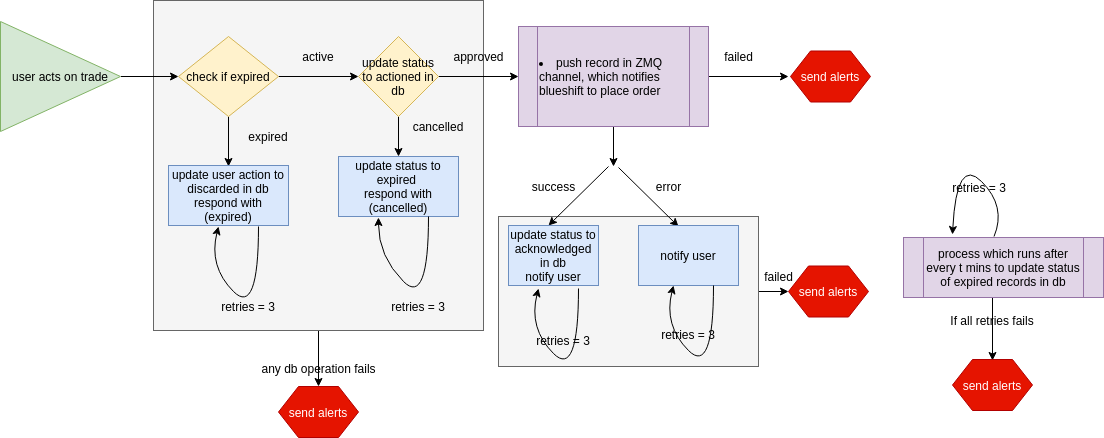
Above: notification service flow chart 6.png in madhusai3113/bootcards (draw.io), before the change. Source tidied: cells renumbered, new cells last; positions are measured from the earlier drawing's top-left corner, leaving out a move shared by most shapes. The source it was exported from:
```xml
<mxGraphModel>
  <root>
    <mxCell id="0" />
    <mxCell id="1" parent="0" />
    <mxCell id="2" style="edgeStyle=orthogonalEdgeStyle;rounded=0;jettySize=auto;html=1;" parent="1" edge="1" source="3">
      <mxGeometry relative="1" as="geometry">
        <mxPoint x="788" y="291" as="targetPoint" />
      </mxGeometry>
    </mxCell>
    <mxCell id="3" style="rounded=0;whiteSpace=wrap;html=1;fillColor=#f5f5f5;strokeColor=#666666;fontColor=#333333;" parent="1" vertex="1">
      <mxGeometry x="498" y="216" width="260" height="150" as="geometry" />
    </mxCell>
    <mxCell id="4" style="edgeStyle=orthogonalEdgeStyle;rounded=0;jettySize=auto;html=1;" parent="1" edge="1" source="5">
      <mxGeometry relative="1" as="geometry">
        <mxPoint x="318" y="386" as="targetPoint" />
      </mxGeometry>
    </mxCell>
    <mxCell id="5" style="whiteSpace=wrap;html=1;fillColor=#f5f5f5;strokeColor=#666666;fontColor=#333333;" parent="1" vertex="1">
      <mxGeometry x="153" width="330" height="330" as="geometry" />
    </mxCell>
    <mxCell id="6" style="edgeStyle=orthogonalEdgeStyle;rounded=0;jettySize=auto;html=1;" parent="1" edge="1" source="8">
      <mxGeometry relative="1" as="geometry">
        <mxPoint x="228" y="166" as="targetPoint" />
      </mxGeometry>
    </mxCell>
    <mxCell id="7" style="edgeStyle=orthogonalEdgeStyle;rounded=0;jettySize=auto;html=1;" parent="1" edge="1" source="8">
      <mxGeometry relative="1" as="geometry">
        <mxPoint x="358" y="76" as="targetPoint" />
      </mxGeometry>
    </mxCell>
    <mxCell id="8" value="check if expired" style="rhombus;whiteSpace=wrap;html=1;fillColor=#fff2cc;strokeColor=#d6b656;" parent="1" vertex="1">
      <mxGeometry x="178" y="36" width="100" height="80" as="geometry" />
    </mxCell>
    <mxCell id="9" style="edgeStyle=orthogonalEdgeStyle;rounded=0;jettySize=auto;html=1;" parent="1" edge="1" target="8">
      <mxGeometry relative="1" as="geometry">
        <mxPoint x="120.5" y="76" as="sourcePoint" />
      </mxGeometry>
    </mxCell>
    <mxCell id="10" value="update user action to discarded in db&lt;br&gt;respond with (expired)" style="rounded=0;whiteSpace=wrap;html=1;fillColor=#dae8fc;strokeColor=#6c8ebf;" parent="1" vertex="1">
      <mxGeometry x="168" y="165" width="120" height="60" as="geometry" />
    </mxCell>
    <mxCell id="11" value="expired" style="text;html=1;strokeColor=none;fillColor=none;align=center;verticalAlign=middle;whiteSpace=wrap;rounded=0;" parent="1" vertex="1">
      <mxGeometry x="248" y="126" width="40" height="20" as="geometry" />
    </mxCell>
    <mxCell id="12" style="edgeStyle=orthogonalEdgeStyle;rounded=0;jettySize=auto;html=1;" parent="1" edge="1" source="14">
      <mxGeometry relative="1" as="geometry">
        <mxPoint x="398" y="156" as="targetPoint" />
        <Array as="points">
          <mxPoint x="398" y="156" />
          <mxPoint x="398" y="156" />
        </Array>
      </mxGeometry>
    </mxCell>
    <mxCell id="13" style="edgeStyle=orthogonalEdgeStyle;rounded=0;jettySize=auto;html=1;" parent="1" edge="1" source="14">
      <mxGeometry relative="1" as="geometry">
        <mxPoint x="518" y="76" as="targetPoint" />
      </mxGeometry>
    </mxCell>
    <mxCell id="14" value="&lt;span style=&quot;white-space: normal&quot;&gt;update status to actioned in db&lt;/span&gt;" style="rhombus;whiteSpace=wrap;html=1;fillColor=#fff2cc;strokeColor=#d6b656;" parent="1" vertex="1">
      <mxGeometry x="358" y="36" width="80" height="80" as="geometry" />
    </mxCell>
    <mxCell id="15" value="active" style="text;html=1;strokeColor=none;fillColor=none;align=center;verticalAlign=middle;whiteSpace=wrap;rounded=0;" parent="1" vertex="1">
      <mxGeometry x="298" y="46" width="40" height="20" as="geometry" />
    </mxCell>
    <mxCell id="16" value="cancelled" style="text;html=1;strokeColor=none;fillColor=none;align=center;verticalAlign=middle;whiteSpace=wrap;rounded=0;" parent="1" vertex="1">
      <mxGeometry x="418" y="116" width="40" height="20" as="geometry" />
    </mxCell>
    <mxCell id="17" value="update status to expired&amp;nbsp;&lt;br&gt;respond with&lt;br&gt;(cancelled)" style="rounded=0;whiteSpace=wrap;html=1;fillColor=#dae8fc;strokeColor=#6c8ebf;" parent="1" vertex="1">
      <mxGeometry x="338" y="156" width="120" height="60" as="geometry" />
    </mxCell>
    <mxCell id="18" value="approved" style="text;html=1;align=center;verticalAlign=middle;" parent="1" vertex="1">
      <mxGeometry x="443" y="46" width="70" height="20" as="geometry" />
    </mxCell>
    <mxCell id="19" style="edgeStyle=orthogonalEdgeStyle;rounded=0;jettySize=auto;html=1;" parent="1" edge="1" source="21">
      <mxGeometry relative="1" as="geometry">
        <mxPoint x="788" y="76" as="targetPoint" />
      </mxGeometry>
    </mxCell>
    <mxCell id="20" style="edgeStyle=orthogonalEdgeStyle;rounded=0;jettySize=auto;html=1;" parent="1" edge="1" source="21">
      <mxGeometry relative="1" as="geometry">
        <mxPoint x="613" y="166" as="targetPoint" />
      </mxGeometry>
    </mxCell>
    <mxCell id="21" value="&lt;li style=&quot;white-space: normal&quot;&gt;push record in ZMQ channel, which notifies blueshift to place order&lt;/li&gt;" style="shape=process;whiteSpace=wrap;html=1;backgroundOutline=1;align=left;fillColor=#e1d5e7;strokeColor=#9673a6;" parent="1" vertex="1">
      <mxGeometry x="518" y="26" width="190" height="100" as="geometry" />
    </mxCell>
    <mxCell id="22" style="curved=1;endArrow=classic;html=1;" parent="1" edge="1">
      <mxGeometry relative="1" as="geometry">
        <mxPoint x="258" y="226" as="sourcePoint" />
        <mxPoint x="218" y="226" as="targetPoint" />
        <Array as="points">
          <mxPoint x="258" y="316" />
          <mxPoint x="208" y="266" />
        </Array>
      </mxGeometry>
    </mxCell>
    <mxCell id="23" value="retries = 3" style="text;html=1;strokeColor=none;fillColor=none;align=center;verticalAlign=middle;whiteSpace=wrap;rounded=0;" parent="1" vertex="1">
      <mxGeometry x="198" y="296" width="100" height="20" as="geometry" />
    </mxCell>
    <mxCell id="24" style="curved=1;endArrow=classic;html=1;exitX=0.75;exitY=1;exitDx=0;exitDy=0;entryX=0.333;entryY=1.017;entryDx=0;entryDy=0;entryPerimeter=0;" parent="1" edge="1" source="17" target="17">
      <mxGeometry relative="1" as="geometry">
        <Array as="points">
          <mxPoint x="428" y="306" />
          <mxPoint x="378" y="256" />
        </Array>
      </mxGeometry>
    </mxCell>
    <mxCell id="25" value="retries = 3" style="text;html=1;strokeColor=none;fillColor=none;align=center;verticalAlign=middle;whiteSpace=wrap;rounded=0;" parent="1" vertex="1">
      <mxGeometry x="368" y="296" width="100" height="20" as="geometry" />
    </mxCell>
    <mxCell id="26" value="send alerts" style="shape=hexagon;perimeter=hexagonPerimeter2;whiteSpace=wrap;html=1;fillColor=#e51400;strokeColor=#B20000;fontColor=#ffffff;" parent="1" vertex="1">
      <mxGeometry x="278" y="386" width="80" height="51" as="geometry" />
    </mxCell>
    <mxCell id="27" style="edgeStyle=orthogonalEdgeStyle;rounded=0;orthogonalLoop=1;jettySize=auto;html=1;" parent="1" edge="1">
      <mxGeometry relative="1" as="geometry">
        <mxPoint x="992" y="280" as="sourcePoint" />
        <mxPoint x="992" y="360" as="targetPoint" />
      </mxGeometry>
    </mxCell>
    <mxCell id="28" value="send alerts" style="shape=hexagon;perimeter=hexagonPerimeter2;whiteSpace=wrap;html=1;fillColor=#e51400;strokeColor=#B20000;fontColor=#ffffff;" parent="1" vertex="1">
      <mxGeometry x="952" y="359" width="80" height="51" as="geometry" />
    </mxCell>
    <mxCell id="29" value="If all retries fails" style="text;html=1;strokeColor=none;fillColor=none;align=center;verticalAlign=middle;whiteSpace=wrap;rounded=0;" parent="1" vertex="1">
      <mxGeometry x="932" y="310" width="120" height="20" as="geometry" />
    </mxCell>
    <mxCell id="30" style="curved=1;endArrow=classic;html=1;exitX=0.25;exitY=0;exitDx=0;exitDy=0;entryX=0.116;entryY=-0.029;entryDx=0;entryDy=0;entryPerimeter=0;" parent="1" edge="1">
      <mxGeometry relative="1" as="geometry">
        <mxPoint x="993.5" y="236" as="sourcePoint" />
        <mxPoint x="952" y="234" as="targetPoint" />
        <Array as="points">
          <mxPoint x="1006" y="206" />
          <mxPoint x="956" y="156" />
        </Array>
      </mxGeometry>
    </mxCell>
    <mxCell id="31" value="retries = 3" style="text;html=1;strokeColor=none;fillColor=none;align=center;verticalAlign=middle;whiteSpace=wrap;rounded=0;" parent="1" vertex="1">
      <mxGeometry x="929" y="177" width="100" height="20" as="geometry" />
    </mxCell>
    <mxCell id="32" value="process which runs after every t mins to update status of expired records in db" style="shape=process;whiteSpace=wrap;html=1;backgroundOutline=1;fillColor=#e1d5e7;strokeColor=#9673a6;" parent="1" vertex="1">
      <mxGeometry x="903" y="237" width="200" height="60" as="geometry" />
    </mxCell>
    <mxCell id="33" value="any db operation fails" style="text;html=1;align=center;verticalAlign=middle;" parent="1" vertex="1">
      <mxGeometry x="253" y="358" width="130" height="20" as="geometry" />
    </mxCell>
    <mxCell id="34" value="failed" style="text;html=1;align=center;verticalAlign=middle;" parent="1" vertex="1">
      <mxGeometry x="718" y="46" width="40" height="20" as="geometry" />
    </mxCell>
    <mxCell id="35" value="send alerts" style="shape=hexagon;perimeter=hexagonPerimeter2;whiteSpace=wrap;html=1;fillColor=#e51400;strokeColor=#B20000;fontColor=#ffffff;" parent="1" vertex="1">
      <mxGeometry x="790" y="50.5" width="80" height="51" as="geometry" />
    </mxCell>
    <mxCell id="36" value="&lt;span style=&quot;white-space: normal&quot;&gt;user acts on trade&lt;/span&gt;" style="triangle;whiteSpace=wrap;html=1;fillColor=#d5e8d4;strokeColor=#82b366;" parent="1" vertex="1">
      <mxGeometry y="21" width="120" height="110" as="geometry" />
    </mxCell>
    <mxCell id="37" style="endArrow=classic;html=1;" parent="1" edge="1">
      <mxGeometry relative="1" as="geometry">
        <mxPoint x="618" y="167" as="sourcePoint" />
        <mxPoint x="678" y="226" as="targetPoint" />
      </mxGeometry>
    </mxCell>
    <mxCell id="38" style="endArrow=classic;html=1;" parent="1" edge="1">
      <mxGeometry relative="1" as="geometry">
        <mxPoint x="608" y="166" as="sourcePoint" />
        <mxPoint x="548" y="225" as="targetPoint" />
      </mxGeometry>
    </mxCell>
    <mxCell id="39" value="update status to acknowledged in db&lt;br&gt;notify user" style="rounded=0;whiteSpace=wrap;html=1;fillColor=#dae8fc;strokeColor=#6c8ebf;" parent="1" vertex="1">
      <mxGeometry x="508" y="225" width="90" height="60" as="geometry" />
    </mxCell>
    <mxCell id="40" value="success" style="text;html=1;align=center;verticalAlign=middle;" parent="1" vertex="1">
      <mxGeometry x="523" y="176" width="60" height="20" as="geometry" />
    </mxCell>
    <mxCell id="41" value="error" style="text;html=1;align=center;verticalAlign=middle;" parent="1" vertex="1">
      <mxGeometry x="648" y="176" width="40" height="20" as="geometry" />
    </mxCell>
    <mxCell id="42" value="notify user" style="rounded=0;whiteSpace=wrap;html=1;fillColor=#dae8fc;strokeColor=#6c8ebf;" parent="1" vertex="1">
      <mxGeometry x="638" y="225" width="100" height="60" as="geometry" />
    </mxCell>
    <mxCell id="43" style="curved=1;endArrow=classic;html=1;" parent="1" edge="1">
      <mxGeometry relative="1" as="geometry">
        <mxPoint x="578" y="288" as="sourcePoint" />
        <mxPoint x="538" y="288" as="targetPoint" />
        <Array as="points">
          <mxPoint x="578" y="378" />
          <mxPoint x="528" y="328" />
        </Array>
      </mxGeometry>
    </mxCell>
    <mxCell id="44" style="curved=1;endArrow=classic;html=1;" parent="1" edge="1">
      <mxGeometry relative="1" as="geometry">
        <mxPoint x="713" y="285" as="sourcePoint" />
        <mxPoint x="673" y="285" as="targetPoint" />
        <Array as="points">
          <mxPoint x="713" y="375" />
          <mxPoint x="663" y="325" />
        </Array>
      </mxGeometry>
    </mxCell>
    <mxCell id="45" value="retries = 3" style="text;html=1;strokeColor=none;fillColor=none;align=center;verticalAlign=middle;whiteSpace=wrap;rounded=0;" parent="1" vertex="1">
      <mxGeometry x="513" y="330" width="100" height="20" as="geometry" />
    </mxCell>
    <mxCell id="46" value="retries = 3" style="text;html=1;strokeColor=none;fillColor=none;align=center;verticalAlign=middle;whiteSpace=wrap;rounded=0;" parent="1" vertex="1">
      <mxGeometry x="638" y="324" width="100" height="20" as="geometry" />
    </mxCell>
    <mxCell id="47" value="send alerts" style="shape=hexagon;perimeter=hexagonPerimeter2;whiteSpace=wrap;html=1;fillColor=#e51400;strokeColor=#B20000;fontColor=#ffffff;" parent="1" vertex="1">
      <mxGeometry x="788" y="265.5" width="80" height="51" as="geometry" />
    </mxCell>
    <mxCell id="48" value="failed" style="text;html=1;align=center;verticalAlign=middle;" parent="1" vertex="1">
      <mxGeometry x="758" y="265.5" width="40" height="20" as="geometry" />
    </mxCell>
  </root>
</mxGraphModel>
```
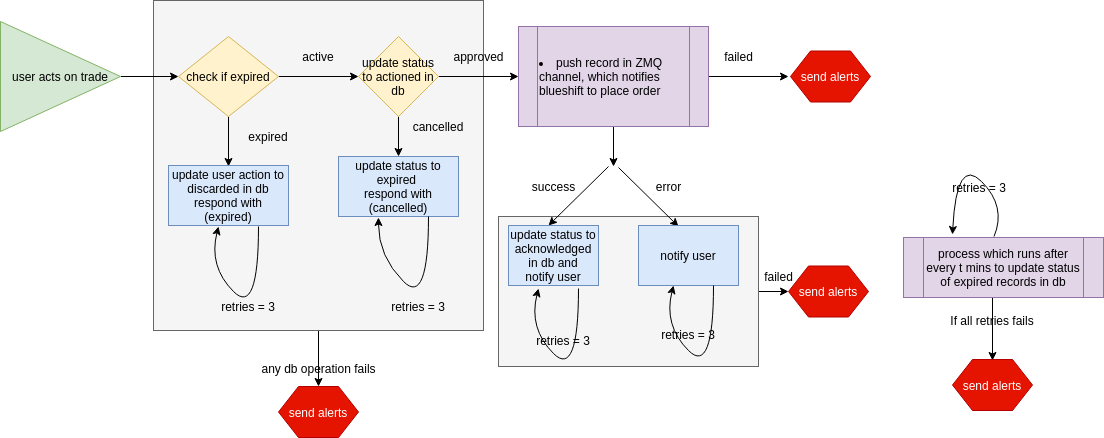
The same file after the commit.

Change to the diagram source:
```diff
@@ -163,7 +163,7 @@
         <mxPoint x="548" y="225" as="targetPoint" />
       </mxGeometry>
     </mxCell>
-    <mxCell id="39" value="update status to acknowledged in db&lt;br&gt;notify user" style="rounded=0;whiteSpace=wrap;html=1;fillColor=#dae8fc;strokeColor=#6c8ebf;" parent="1" vertex="1">
+    <mxCell id="39" value="update status to acknowledged in db and&lt;br&gt;notify user" style="rounded=0;whiteSpace=wrap;html=1;fillColor=#dae8fc;strokeColor=#6c8ebf;" parent="1" vertex="1">
       <mxGeometry x="508" y="225" width="90" height="60" as="geometry" />
     </mxCell>
     <mxCell id="40" value="success" style="text;html=1;align=center;verticalAlign=middle;" parent="1" vertex="1">
```
